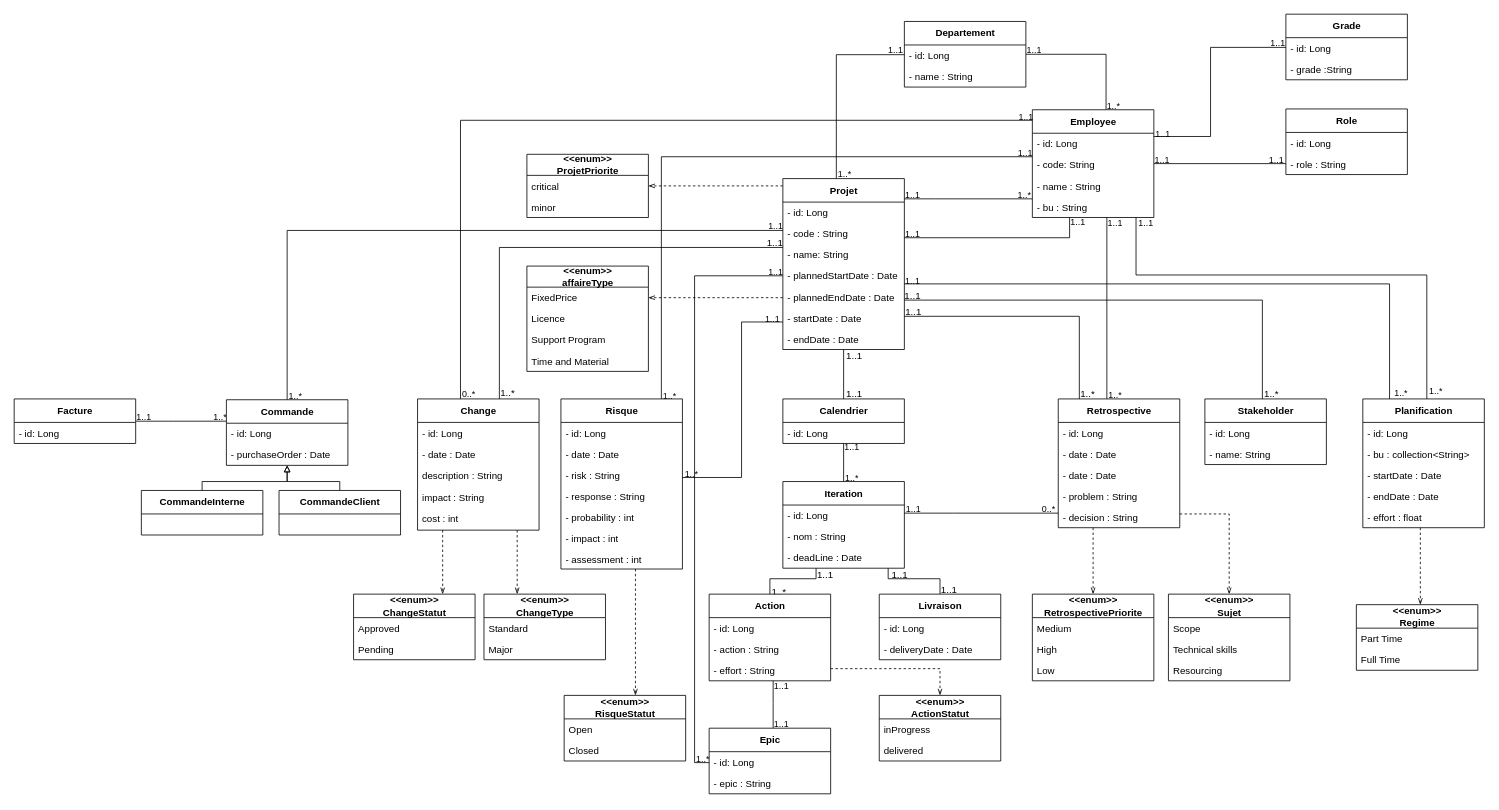
Earlier version of the draw.io diagram Diagramme de Classe.drawio (ZidiMedAmine/UML). Source tidied: cells renumbered, new cells numbered last; positions are measured from the earlier drawing's top-left corner, leaving out a move shared by most shapes. Both pictures are drawn from the tidied source at 81%, with x=0, y=0 at pixel (14, 14).
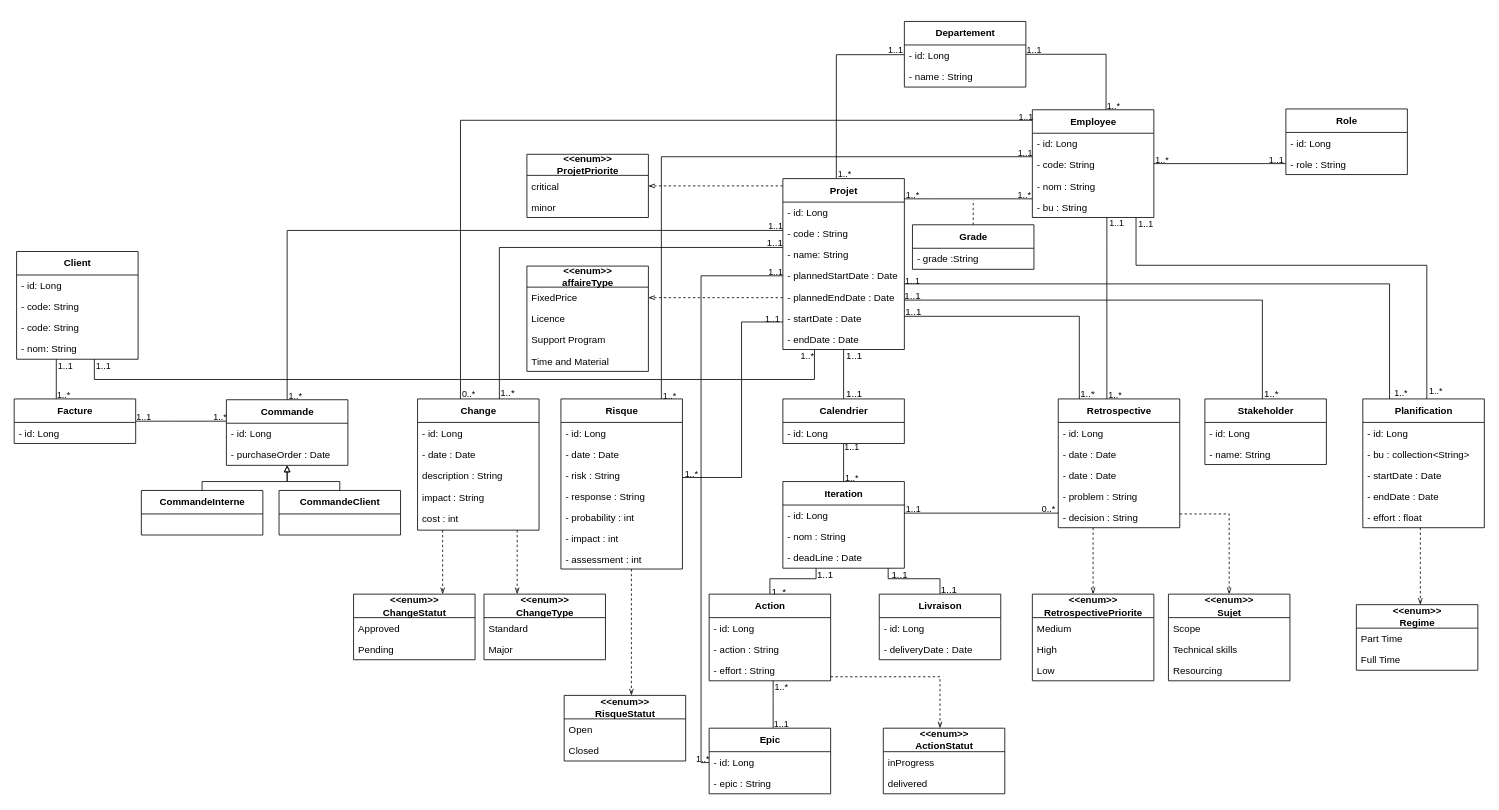
The same diagram, later.

The change refers to these unchanged cells:
```xml
<mxCell id="10" value="Projet" style="swimlane;fontStyle=1;align=center;verticalAlign=middle;horizontal=1;startSize=29;html=1;fontSize=12;labelPosition=center;verticalLabelPosition=middle;strokeColor=default;swimlaneLine=1;rounded=0;shadow=0;glass=0;sketch=0;perimeterSpacing=0;" parent="1" vertex="1">
  <mxGeometry x="949" y="203" width="150" height="211" as="geometry" />
</mxCell>
<mxCell id="12" value="- code : String" style="text;strokeColor=none;fillColor=none;align=left;verticalAlign=top;spacingLeft=4;spacingRight=4;overflow=hidden;points=[[0,0.5],[1,0.5]];portConstraint=eastwest;" parent="10" vertex="1">
  <mxGeometry y="55" width="150" height="26" as="geometry" />
</mxCell>
<mxCell id="14" value="- plannedStartDate : Date" style="text;strokeColor=none;fillColor=none;align=left;verticalAlign=top;spacingLeft=4;spacingRight=4;overflow=hidden;points=[[0,0.5],[1,0.5]];portConstraint=eastwest;" parent="10" vertex="1">
  <mxGeometry y="107" width="150" height="26" as="geometry" />
</mxCell>
<mxCell id="24" value="Employee" style="swimlane;fontStyle=1;align=center;verticalAlign=middle;horizontal=1;startSize=29;html=1;fontSize=12;labelPosition=center;verticalLabelPosition=middle;" parent="1" vertex="1">
  <mxGeometry x="1257" y="118" width="150" height="133" as="geometry" />
</mxCell>
<mxCell id="25" value="- id: Long" style="text;strokeColor=none;fillColor=none;align=left;verticalAlign=top;spacingLeft=4;spacingRight=4;overflow=hidden;points=[[0,0.5],[1,0.5]];portConstraint=eastwest;" parent="24" vertex="1">
  <mxGeometry y="29" width="150" height="26" as="geometry" />
</mxCell>
<mxCell id="62" value="Facture" style="swimlane;fontStyle=1;align=center;verticalAlign=middle;horizontal=1;startSize=29;html=1;fontSize=12;labelPosition=center;verticalLabelPosition=middle;" parent="1" vertex="1">
  <mxGeometry y="475" width="150" height="55" as="geometry" />
</mxCell>
<mxCell id="70" style="rounded=0;jettySize=auto;html=1;endArrow=none;endFill=0;edgeStyle=orthogonalEdgeStyle;" parent="1" edge="1" source="170" target="76">
  <mxGeometry relative="1" as="geometry">
    <Array as="points">
      <mxPoint x="937" y="851" />
      <mxPoint x="937" y="851" />
    </Array>
  </mxGeometry>
</mxCell>
<mxCell id="77" value="- id: Long" style="text;strokeColor=none;fillColor=none;align=left;verticalAlign=top;spacingLeft=4;spacingRight=4;overflow=hidden;points=[[0,0.5],[1,0.5]];portConstraint=eastwest;" parent="76" vertex="1">
  <mxGeometry y="29" width="150" height="26" as="geometry" />
</mxCell>
<mxCell id="103" value="&lt;span style=&quot;font-size: 12px&quot;&gt;&amp;lt;&amp;lt;enum&amp;gt;&amp;gt;&lt;br&gt;RisqueStatut&lt;br&gt;&lt;/span&gt;" style="swimlane;fontStyle=1;align=center;verticalAlign=middle;horizontal=1;startSize=29;html=1;shadow=0;fontSize=12;labelPosition=center;verticalLabelPosition=middle;" parent="1" vertex="1">
  <mxGeometry x="679" y="841" width="150" height="81" as="geometry" />
</mxCell>
<mxCell id="126" value="Planification" style="swimlane;fontStyle=1;align=center;verticalAlign=middle;horizontal=1;startSize=29;html=1;fontSize=12;labelPosition=center;verticalLabelPosition=middle;" parent="1" vertex="1">
  <mxGeometry x="1665" y="475" width="150" height="159" as="geometry" />
</mxCell>
<mxCell id="140" style="rounded=0;jettySize=auto;html=1;endArrow=none;endFill=0;edgeStyle=orthogonalEdgeStyle;" parent="1" edge="1" source="53" target="24">
  <mxGeometry relative="1" as="geometry">
    <Array as="points">
      <mxPoint x="1349" y="281" />
      <mxPoint x="1349" y="281" />
    </Array>
  </mxGeometry>
</mxCell>
<mxCell id="146" style="edgeStyle=orthogonalEdgeStyle;rounded=0;jettySize=auto;html=1;endArrow=none;endFill=0;" parent="1" edge="1" source="24" target="143">
  <mxGeometry relative="1" as="geometry">
    <Array as="points">
      <mxPoint x="1543" y="185" />
      <mxPoint x="1543" y="185" />
    </Array>
  </mxGeometry>
</mxCell>
<mxCell id="155" value="&lt;span style=&quot;font-size: 12px&quot;&gt;Risque&lt;/span&gt;" style="swimlane;fontStyle=1;align=center;verticalAlign=middle;horizontal=1;startSize=29;html=1;shadow=0;fontSize=12;labelPosition=center;verticalLabelPosition=middle;" parent="154" vertex="1">
  <mxGeometry width="150" height="210" as="geometry" />
</mxCell>
<mxCell id="170" value="Action" style="swimlane;fontStyle=1;align=center;verticalAlign=middle;horizontal=1;startSize=29;html=1;fontSize=12;labelPosition=center;verticalLabelPosition=middle;" parent="1" vertex="1">
  <mxGeometry x="858" y="716" width="150" height="107" as="geometry" />
</mxCell>
<mxCell id="177" style="rounded=0;jumpStyle=none;jettySize=auto;html=1;endArrow=none;endFill=0;edgeStyle=orthogonalEdgeStyle;" parent="1" edge="1" source="24" target="10">
  <mxGeometry relative="1" as="geometry">
    <Array as="points">
      <mxPoint x="1137" y="228" />
      <mxPoint x="1137" y="228" />
    </Array>
  </mxGeometry>
</mxCell>
```

The edit, as a diff of the source:
```diff
@@
-    <mxCell id="27" value="- name : String" style="text;strokeColor=none;fillColor=none;align=left;verticalAlign=top;spacingLeft=4;spacingRight=4;overflow=hidden;" parent="24" vertex="1">
+    <mxCell id="27" value="- nom : String" style="text;strokeColor=none;fillColor=none;align=left;verticalAlign=top;spacingLeft=4;spacingRight=4;overflow=hidden;" parent="24" vertex="1">
       <mxGeometry y="81" width="150" height="26" as="geometry" />
     </mxCell>
@@
-    <mxCell id="71" value="1..1" style="edgeLabel;html=1;align=center;verticalAlign=middle;labelBackgroundColor=none;" parent="70" vertex="1">
+    <mxCell id="71" value="1..*" style="edgeLabel;html=1;align=center;verticalAlign=middle;labelBackgroundColor=none;" parent="70" vertex="1">
       <mxGeometry x="-0.72" y="1" relative="1" as="geometry">
-        <mxPoint x="8" y="-2" as="offset" />
+        <mxPoint x="8" y="-1" as="offset" />
       </mxGeometry>
     </mxCell>
@@
     <mxCell id="90" value="&amp;lt;&amp;lt;enum&amp;gt;&amp;gt;&lt;br&gt;ActionStatut" style="swimlane;fontStyle=1;align=center;verticalAlign=middle;horizontal=1;startSize=29;html=1;fontSize=12;labelPosition=center;verticalLabelPosition=middle;" parent="1" vertex="1">
-      <mxGeometry x="1068" y="841" width="150" height="81" as="geometry" />
+      <mxGeometry x="1073" y="881.5" width="150" height="81" as="geometry" />
     </mxCell>
@@
     <mxCell id="102" style="edgeStyle=orthogonalEdgeStyle;rounded=0;jettySize=auto;html=1;endArrow=openThin;endFill=0;startArrow=none;dashed=1;" parent="1" edge="1" source="170" target="90">
       <mxGeometry relative="1" as="geometry">
         <Array as="points">
-          <mxPoint x="1143" y="808" />
+          <mxPoint x="1143" y="818" />
         </Array>
       </mxGeometry>
     </mxCell>
@@
     <mxCell id="106" style="edgeStyle=orthogonalEdgeStyle;rounded=0;jettySize=auto;html=1;endArrow=openThin;endFill=0;dashed=1;" parent="1" edge="1" source="155" target="103">
       <mxGeometry relative="1" as="geometry">
         <Array as="points">
-          <mxPoint x="767" y="829" />
-          <mxPoint x="767" y="829" />
+          <mxPoint x="762" y="751" />
+          <mxPoint x="762" y="751" />
         </Array>
       </mxGeometry>
     </mxCell>
@@
     <mxCell id="116" style="rounded=0;jettySize=auto;html=1;endArrow=none;endFill=0;edgeStyle=orthogonalEdgeStyle;" parent="1" edge="1" source="126" target="24">
       <mxGeometry relative="1" as="geometry">
         <Array as="points">
-          <mxPoint x="1744" y="322" />
-          <mxPoint x="1385" y="322" />
+          <mxPoint x="1744" y="310" />
+          <mxPoint x="1385" y="310" />
         </Array>
       </mxGeometry>
     </mxCell>
@@
     <mxCell id="118" value="1..1" style="edgeLabel;html=1;align=center;verticalAlign=middle;labelBackgroundColor=none;" parent="116" vertex="1">
       <mxGeometry x="0.71" relative="1" as="geometry">
-        <mxPoint x="-3" y="-65" as="offset" />
+        <mxPoint x="-15" y="-52" as="offset" />
       </mxGeometry>
     </mxCell>
@@
     <mxCell id="141" value="1..1" style="edgeLabel;html=1;align=center;verticalAlign=middle;labelBackgroundColor=none;" parent="140" vertex="1">
       <mxGeometry x="0.97" y="-1" relative="1" as="geometry">
-        <mxPoint x="8" y="3" as="offset" />
+        <mxPoint x="10" y="3" as="offset" />
       </mxGeometry>
     </mxCell>
@@
-    <mxCell id="148" value="1..1" style="edgeLabel;html=1;align=center;verticalAlign=middle;labelBackgroundColor=none;" parent="146" vertex="1">
+    <mxCell id="148" value="1..*" style="edgeLabel;html=1;align=center;verticalAlign=middle;labelBackgroundColor=none;" parent="146" vertex="1">
       <mxGeometry x="-0.86" relative="1" as="geometry">
         <mxPoint x="-2" y="-5" as="offset" />
       </mxGeometry>
     </mxCell>
@@
-    <mxCell id="174" style="edgeStyle=orthogonalEdgeStyle;rounded=0;jumpStyle=none;jettySize=auto;html=1;endArrow=none;endFill=0;" parent="1" edge="1" source="12" target="24">
-      <mxGeometry relative="1" as="geometry">
-        <Array as="points">
-          <mxPoint x="1303" y="276" />
-        </Array>
-      </mxGeometry>
-    </mxCell>
-    <mxCell id="175" value="1..1" style="edgeLabel;html=1;align=center;verticalAlign=middle;labelBackgroundColor=none;" parent="174" vertex="1">
-      <mxGeometry x="-0.94" y="1" relative="1" as="geometry">
-        <mxPoint x="2" y="-4" as="offset" />
-      </mxGeometry>
-    </mxCell>
-    <mxCell id="176" value="1..1" style="edgeLabel;html=1;align=center;verticalAlign=middle;labelBackgroundColor=none;" parent="174" vertex="1">
-      <mxGeometry x="0.93" y="-1" relative="1" as="geometry">
-        <mxPoint x="8" y="-3" as="offset" />
-      </mxGeometry>
-    </mxCell>
@@
-    <mxCell id="179" value="1..1" style="edgeLabel;html=1;align=center;verticalAlign=middle;labelBackgroundColor=none;" parent="177" vertex="1">
+    <mxCell id="179" value="1..*" style="edgeLabel;html=1;align=center;verticalAlign=middle;labelBackgroundColor=none;" parent="177" vertex="1">
       <mxGeometry x="0.9" relative="1" as="geometry">
         <mxPoint x="1" y="-5" as="offset" />
       </mxGeometry>
     </mxCell>
@@
     <mxCell id="183" style="edgeStyle=orthogonalEdgeStyle;rounded=0;jettySize=auto;html=1;endArrow=none;endFill=0;" parent="1" edge="1" source="14" target="77">
       <mxGeometry relative="1" as="geometry">
         <Array as="points">
-          <mxPoint x="840" y="323" />
-          <mxPoint x="840" y="924" />
+          <mxPoint x="848" y="323" />
+          <mxPoint x="848" y="924" />
         </Array>
       </mxGeometry>
     </mxCell>
@@
+    <mxCell id="192" style="edgeStyle=orthogonalEdgeStyle;rounded=0;jettySize=auto;html=1;endArrow=none;endFill=0;dashed=1;" parent="1" edge="1" source="186">
+      <mxGeometry relative="1" as="geometry">
+        <mxPoint x="1184" y="229.6" as="targetPoint" />
+      </mxGeometry>
+    </mxCell>
     <mxCell id="186" value="Grade" style="swimlane;fontStyle=1;align=center;verticalAlign=middle;horizontal=1;startSize=29;html=1;fontSize=12;labelPosition=center;verticalLabelPosition=middle;" parent="1" vertex="1">
-      <mxGeometry x="1570" width="150" height="81" as="geometry" />
+      <mxGeometry x="1109" y="260" width="150" height="55" as="geometry" />
     </mxCell>
+    <mxCell id="188" value="- grade :String" style="text;strokeColor=none;fillColor=none;align=left;verticalAlign=top;spacingLeft=4;spacingRight=4;overflow=hidden;" parent="186" vertex="1">
+      <mxGeometry y="29" width="150" height="26" as="geometry" />
+    </mxCell>
+    <mxCell id="193" value="Client" style="swimlane;fontStyle=1;align=center;verticalAlign=middle;horizontal=1;startSize=29;html=1;fontSize=12;labelPosition=center;verticalLabelPosition=middle;" parent="1" vertex="1">
+      <mxGeometry x="3" y="293" width="150" height="133" as="geometry" />
+    </mxCell>
-    <mxCell id="187" value="- id: Long" style="text;strokeColor=none;fillColor=none;align=left;verticalAlign=top;spacingLeft=4;spacingRight=4;overflow=hidden;" parent="186" vertex="1">
+    <mxCell id="187" value="- id: Long" style="text;strokeColor=none;fillColor=none;align=left;verticalAlign=top;spacingLeft=4;spacingRight=4;overflow=hidden;" parent="193" vertex="1">
       <mxGeometry y="29" width="150" height="26" as="geometry" />
     </mxCell>
-    <mxCell id="188" value="- grade :String" style="text;strokeColor=none;fillColor=none;align=left;verticalAlign=top;spacingLeft=4;spacingRight=4;overflow=hidden;" parent="186" vertex="1">
-      <mxGeometry y="55" width="150" height="26" as="geometry" />
-    </mxCell>
-    <mxCell id="189" style="edgeStyle=orthogonalEdgeStyle;rounded=0;jettySize=auto;html=1;endArrow=none;endFill=0;" parent="1" edge="1" source="25" target="186">
-      <mxGeometry relative="1" as="geometry">
-        <Array as="points">
-          <mxPoint x="1477" y="151" />
-          <mxPoint x="1477" y="41" />
-        </Array>
-      </mxGeometry>
-    </mxCell>
-    <mxCell id="190" value="1..1" style="edgeLabel;html=1;align=center;verticalAlign=middle;labelBackgroundColor=none;" parent="189" vertex="1">
-      <mxGeometry x="0.86" y="-4" relative="1" as="geometry">
-        <mxPoint x="8" y="-10" as="offset" />
-      </mxGeometry>
-    </mxCell>
-    <mxCell id="191" value="1..1" style="edgeLabel;html=1;align=center;verticalAlign=middle;labelBackgroundColor=none;" parent="189" vertex="1">
-      <mxGeometry x="-0.95" relative="1" as="geometry">
-        <mxPoint x="3" y="-4" as="offset" />
-      </mxGeometry>
-    </mxCell>
+    <mxCell id="194" value="- code: String" style="text;strokeColor=none;fillColor=none;align=left;verticalAlign=top;spacingLeft=4;spacingRight=4;overflow=hidden;" parent="193" vertex="1">
+      <mxGeometry y="55" width="150" height="26" as="geometry" />
+    </mxCell>
+    <mxCell id="195" value="- code: String" style="text;strokeColor=none;fillColor=none;align=left;verticalAlign=top;spacingLeft=4;spacingRight=4;overflow=hidden;" parent="193" vertex="1">
+      <mxGeometry y="81" width="150" height="26" as="geometry" />
+    </mxCell>
+    <mxCell id="196" value="- nom: String" style="text;strokeColor=none;fillColor=none;align=left;verticalAlign=top;spacingLeft=4;spacingRight=4;overflow=hidden;" parent="193" vertex="1">
+      <mxGeometry y="107" width="150" height="26" as="geometry" />
+    </mxCell>
+    <mxCell id="197" style="edgeStyle=orthogonalEdgeStyle;rounded=0;jettySize=auto;html=1;endArrow=none;endFill=0;" parent="1" edge="1" source="193" target="10">
+      <mxGeometry relative="1" as="geometry">
+        <Array as="points">
+          <mxPoint x="99" y="451" />
+          <mxPoint x="988" y="451" />
+        </Array>
+      </mxGeometry>
+    </mxCell>
+    <mxCell id="198" value="1..*" style="edgeLabel;html=1;align=center;verticalAlign=middle;labelBackgroundColor=none;" parent="197" vertex="1">
+      <mxGeometry x="0.98" y="1" relative="1" as="geometry">
+        <mxPoint x="-9" y="-3" as="offset" />
+      </mxGeometry>
+    </mxCell>
+    <mxCell id="199" value="1..1" style="edgeLabel;html=1;align=center;verticalAlign=middle;labelBackgroundColor=none;" parent="197" vertex="1">
+      <mxGeometry x="-0.99" relative="1" as="geometry">
+        <mxPoint x="10" y="2" as="offset" />
+      </mxGeometry>
+    </mxCell>
+    <mxCell id="200" style="edgeStyle=orthogonalEdgeStyle;rounded=0;jettySize=auto;html=1;endArrow=none;endFill=0;" parent="1" edge="1" source="193" target="62">
+      <mxGeometry relative="1" as="geometry">
+        <Array as="points">
+          <mxPoint x="52" y="458" />
+          <mxPoint x="52" y="458" />
+        </Array>
+      </mxGeometry>
+    </mxCell>
+    <mxCell id="201" value="1..*" style="edgeLabel;html=1;align=center;verticalAlign=middle;labelBackgroundColor=none;" parent="200" vertex="1">
+      <mxGeometry x="0.74" relative="1" as="geometry">
+        <mxPoint x="8" as="offset" />
+      </mxGeometry>
+    </mxCell>
+    <mxCell id="202" value="1..1" style="edgeLabel;html=1;align=center;verticalAlign=middle;labelBackgroundColor=none;" parent="200" vertex="1">
+      <mxGeometry x="-0.79" y="-1" relative="1" as="geometry">
+        <mxPoint x="11" y="3" as="offset" />
+      </mxGeometry>
+    </mxCell>
```
